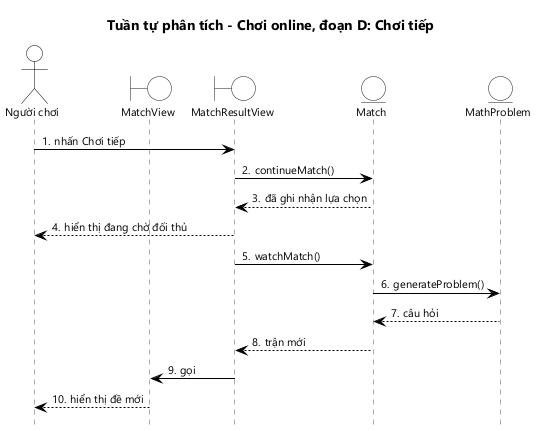
Before: docs/hung/tuan-tu-phan-tich-uc03d.png, a diagram exported from PlantUML (HungNguyenBa1811/math-dash). Source of this version:
```plantuml
@startuml tuan-tu-phan-tich-uc03d
!include _seq.iuml
title Tuần tự phân tích - Chơi online, đoạn D: Chơi tiếp

actor "Người chơi" as U
boundary MatchView as GV
boundary MatchResultView as RV
entity Match as M
entity MathProblem as Q

U -> RV : nhấn Chơi tiếp
RV -> M : continueMatch()
M --> RV : đã ghi nhận lựa chọn
RV --> U : hiển thị đang chờ đối thủ
RV -> M : watchMatch()
M -> Q : generateProblem()
Q --> M : câu hỏi
M --> RV : trận mới
RV -> GV : gọi
GV --> U : hiển thị đề mới
@enduml
```
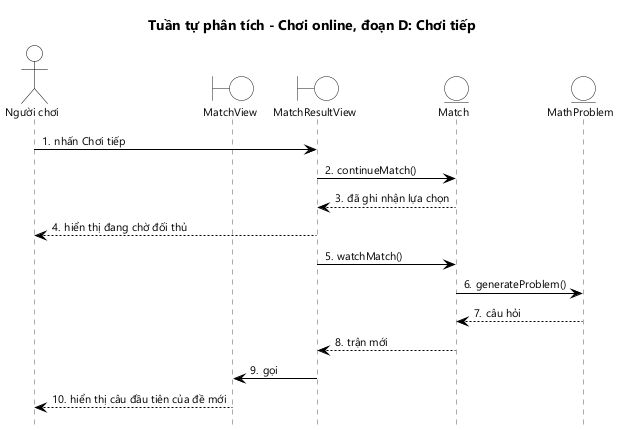
The same diagram one commit later.

Change to the diagram source:
```diff
@@ -17,5 +17,5 @@
 Q --> M : câu hỏi
 M --> RV : trận mới
 RV -> GV : gọi
-GV --> U : hiển thị đề mới
+GV --> U : hiển thị câu đầu tiên của đề mới
 @enduml
```
